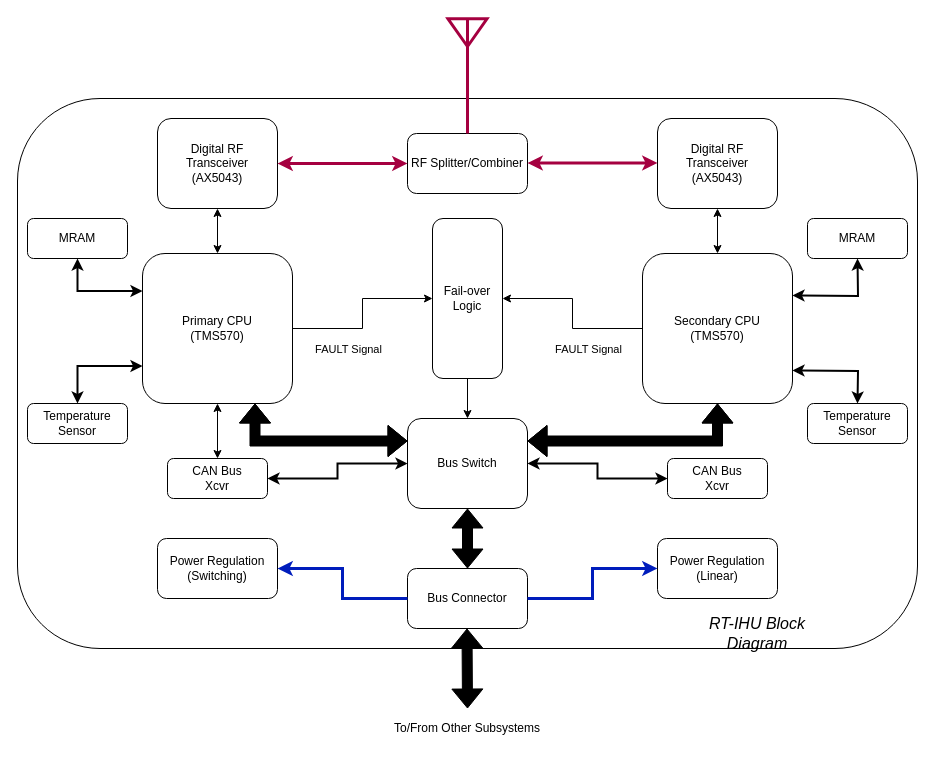
Before: rt-ihu-block-diagram.drawio in zmetzing/rt-ihu, a draw.io diagram. Source tidied: cells renumbered, new cells numbered last; positions are measured from the earlier drawing's top-left corner, leaving out a move shared by most shapes. Both pictures are drawn from the tidied source at 100%, with x=0, y=0 at pixel (17, 18).
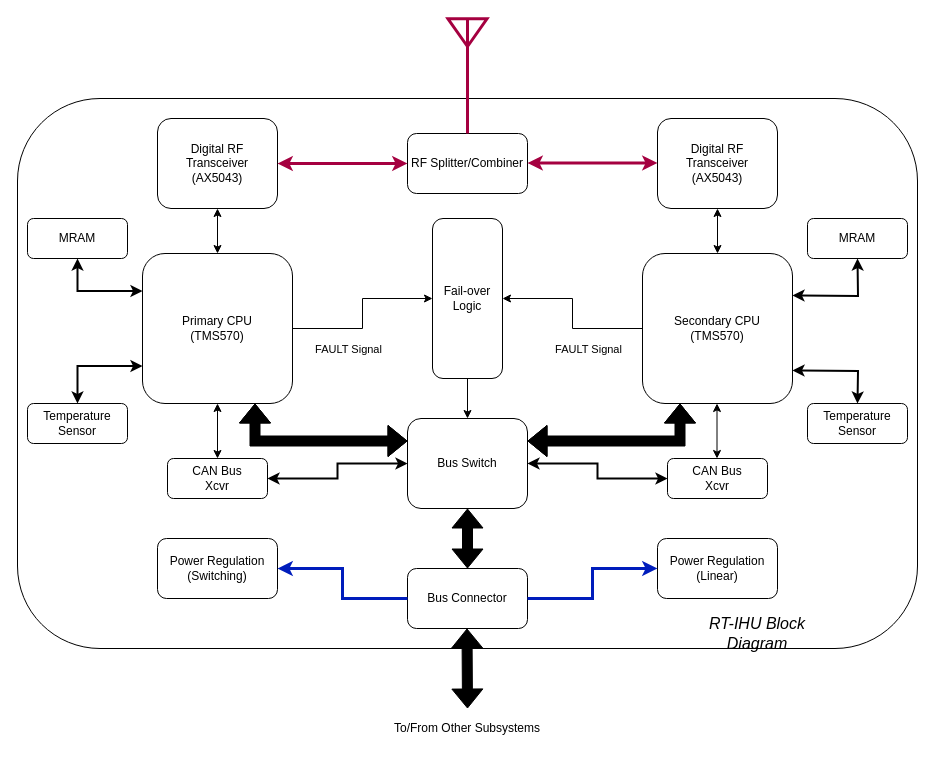
The same diagram, later.

The change refers to these unchanged cells:
```xml
<mxCell id="9" value="Bus Switch" style="rounded=1;whiteSpace=wrap;html=1;" parent="1" vertex="1">
  <mxGeometry x="390" y="400" width="120" height="90" as="geometry" />
</mxCell>
<mxCell id="12" value="&lt;div&gt;Secondary CPU&lt;/div&gt;&lt;div&gt;(TMS570)&lt;br&gt;&lt;/div&gt;" style="rounded=1;whiteSpace=wrap;html=1;" parent="1" vertex="1">
  <mxGeometry x="625" y="235" width="150" height="150" as="geometry" />
</mxCell>
```

Diff of the diagram source:
```diff
@@
-    <mxCell id="19" style="shape=flexArrow;endArrow=classic;startArrow=classic;html=1;rounded=0;fillColor=#000000;exitX=1;exitY=0.25;exitDx=0;exitDy=0;edgeStyle=orthogonalEdgeStyle;entryX=0.5;entryY=1;entryDx=0;entryDy=0;" parent="1" edge="1" source="9" target="12">
+    <mxCell id="19" style="shape=flexArrow;endArrow=classic;startArrow=classic;html=1;rounded=0;fillColor=#000000;exitX=1;exitY=0.25;exitDx=0;exitDy=0;edgeStyle=orthogonalEdgeStyle;entryX=0.25;entryY=1;entryDx=0;entryDy=0;" parent="1" edge="1" source="9" target="12">
       <mxGeometry relative="1" as="geometry" />
     </mxCell>
@@
+    <mxCell id="46" style="endArrow=classic;startArrow=classic;html=1;rounded=0;entryX=0.5;entryY=1;entryDx=0;entryDy=0;exitX=0.5;exitY=0;exitDx=0;exitDy=0;" parent="1" edge="1">
+      <mxGeometry relative="1" as="geometry">
+        <mxPoint x="699.5" y="440" as="sourcePoint" />
+        <mxPoint x="699.5" y="385" as="targetPoint" />
+      </mxGeometry>
+    </mxCell>
```
